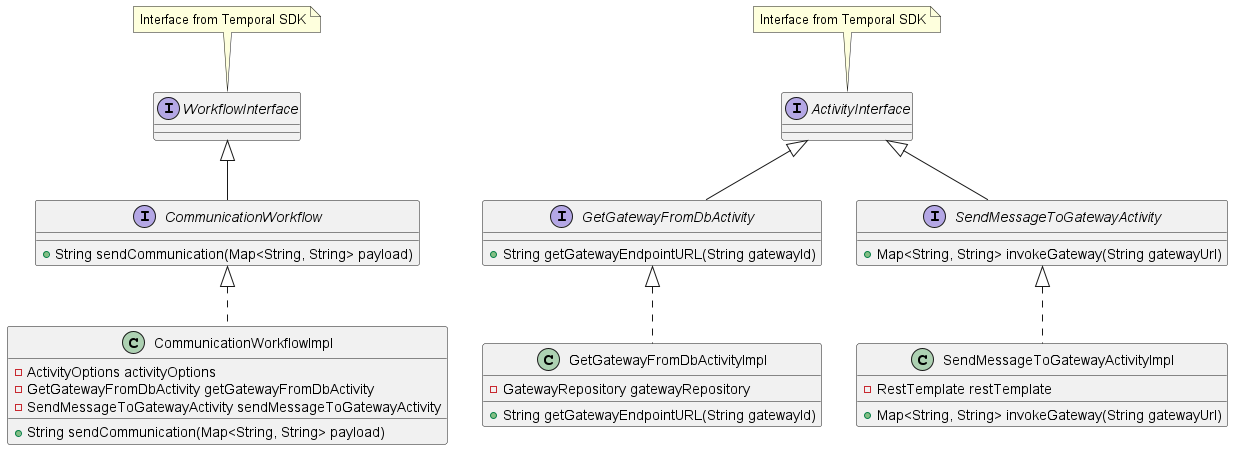
CameronWard301/communication_scheduler keeps this PlantUML diagram as Designs/Images/System Context/Components/WorkflowClassDiagram.png. Above is the earlier version.
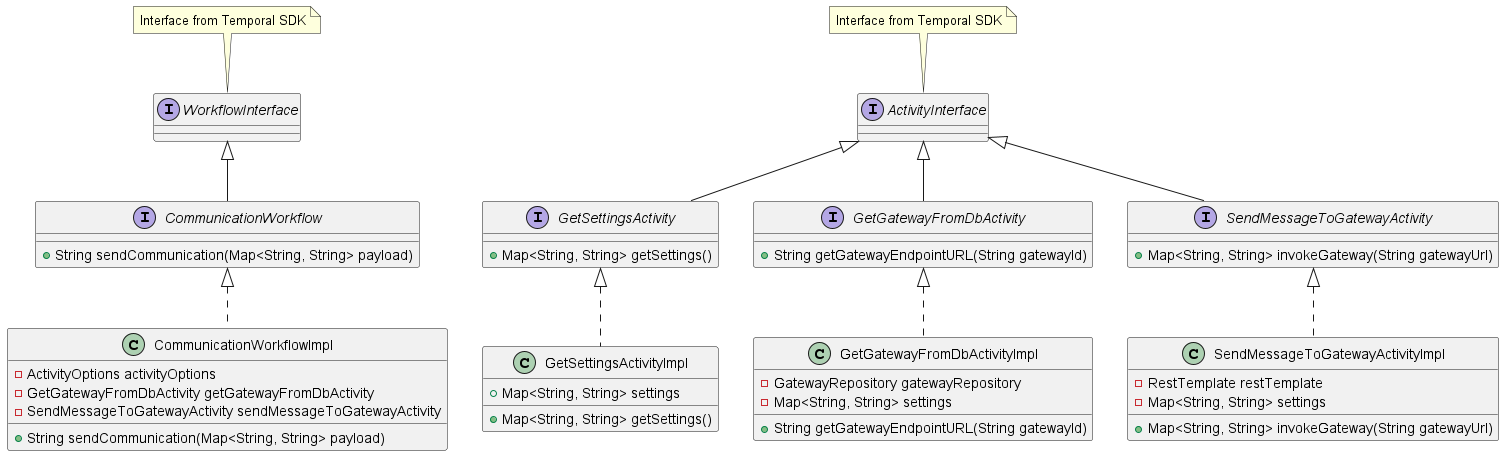
After the commit.

The edit, as a diff of the source:
```diff
@@ -1,19 +1,19 @@
 @startuml WorkflowClassDiagram
+
+interface WorkflowInterface {
+}
+
+interface ActivityInterface {
+}
 
 note top of WorkflowInterface
     Interface from Temporal SDK
 end note
 
-interface WorkflowInterface {
-
-}
-
 note top of ActivityInterface
     Interface from Temporal SDK
 end note
-interface ActivityInterface {
 
-}
 
 interface CommunicationWorkflow extends WorkflowInterface {
     + String sendCommunication(Map<String, String> payload)
@@ -27,12 +27,23 @@
 
 }
 
+interface GetSettingsActivity extends ActivityInterface{
+    + Map<String, String> getSettings()
+}
+
+class GetSettingsActivityImpl implements GetSettingsActivity {
+    + Map<String, String> settings
+    + Map<String, String> getSettings()
+}
+
+
 interface GetGatewayFromDbActivity extends ActivityInterface{
     + String getGatewayEndpointURL(String gatewayId)
 }
 
 class GetGatewayFromDbActivityImpl implements GetGatewayFromDbActivity{
     - GatewayRepository gatewayRepository
+    - Map<String, String> settings
     + String getGatewayEndpointURL(String gatewayId)
 }
 
@@ -42,6 +53,7 @@
 
 class SendMessageToGatewayActivityImpl implements SendMessageToGatewayActivity {
     - RestTemplate restTemplate
+    - Map<String, String> settings
     + Map<String, String> invokeGateway(String gatewayUrl)
 }
 
```
